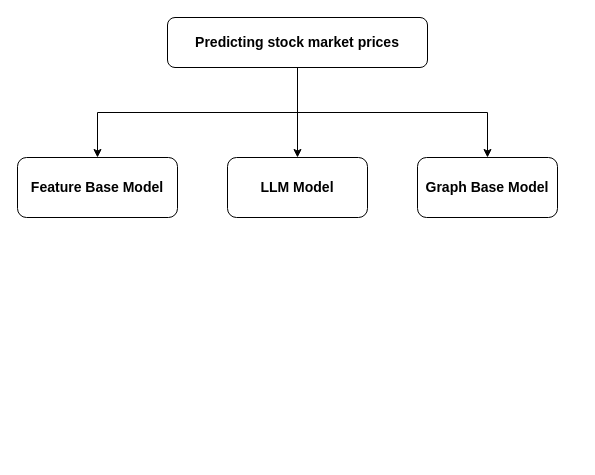
Earlier version of the draw.io diagram Diagram/Untitled Diagram.drawio (99NVHau/stock-traiding). Source tidied: cells renumbered, new cells numbered last; positions are measured from the earlier drawing's top-left corner, leaving out a move shared by most shapes. Both pictures are drawn from the tidied source at 100%, with x=0, y=0 at pixel (17, 17).
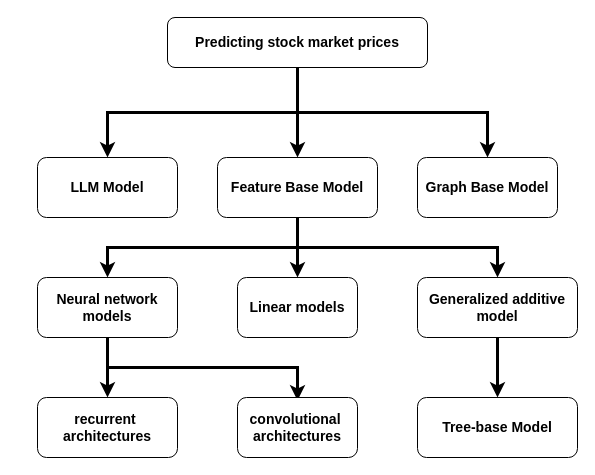
The same diagram, later.

Unchanged cells that the change refers to:
```xml
<mxCell id="5" value="&lt;font style=&quot;font-size: 14px;&quot;&gt;&lt;b&gt;Predicting stock market prices&lt;/b&gt;&lt;/font&gt;" style="rounded=1;whiteSpace=wrap;html=1;" parent="1" vertex="1">
  <mxGeometry x="150" width="260" height="50" as="geometry" />
</mxCell>
<mxCell id="7" value="&lt;font style=&quot;font-size: 14px;&quot;&gt;&lt;b&gt;Graph Base Model&lt;/b&gt;&lt;/font&gt;" style="rounded=1;whiteSpace=wrap;html=1;" parent="1" vertex="1">
  <mxGeometry x="400" y="140" width="140" height="60" as="geometry" />
</mxCell>
```

The edit, as a diff of the source:
```diff
@@
-    <mxCell id="2" style="edgeStyle=orthogonalEdgeStyle;rounded=0;jettySize=auto;html=1;exitX=0.5;exitY=1;exitDx=0;exitDy=0;entryX=0.5;entryY=0;entryDx=0;entryDy=0;" parent="1" edge="1" source="5" target="6">
+    <mxCell id="2" style="edgeStyle=orthogonalEdgeStyle;rounded=0;jettySize=auto;html=1;exitX=0.5;exitY=1;exitDx=0;exitDy=0;entryX=0.5;entryY=0;entryDx=0;entryDy=0;strokeWidth=3;" parent="1" edge="1" source="5" target="6">
       <mxGeometry relative="1" as="geometry" />
     </mxCell>
-    <mxCell id="3" style="edgeStyle=orthogonalEdgeStyle;rounded=0;jettySize=auto;html=1;entryX=0.5;entryY=0;entryDx=0;entryDy=0;" parent="1" edge="1" source="5" target="7">
+    <mxCell id="3" style="edgeStyle=orthogonalEdgeStyle;rounded=0;jettySize=auto;html=1;entryX=0.5;entryY=0;entryDx=0;entryDy=0;strokeWidth=3;" parent="1" edge="1" source="5" target="7">
       <mxGeometry relative="1" as="geometry" />
     </mxCell>
-    <mxCell id="4" style="edgeStyle=orthogonalEdgeStyle;rounded=0;jettySize=auto;html=1;exitX=0.5;exitY=1;exitDx=0;exitDy=0;entryX=0.5;entryY=0;entryDx=0;entryDy=0;" parent="1" edge="1" source="5" target="8">
+    <mxCell id="4" style="edgeStyle=orthogonalEdgeStyle;rounded=0;jettySize=auto;html=1;exitX=0.5;exitY=1;exitDx=0;exitDy=0;entryX=0.5;entryY=0;entryDx=0;entryDy=0;strokeWidth=3;" parent="1" edge="1" source="5" target="8">
       <mxGeometry relative="1" as="geometry" />
     </mxCell>
@@
+    <mxCell id="9" style="edgeStyle=orthogonalEdgeStyle;rounded=0;jettySize=auto;html=1;entryX=0.5;entryY=0;entryDx=0;entryDy=0;strokeWidth=3;" parent="1" edge="1" source="6" target="12">
+      <mxGeometry relative="1" as="geometry" />
+    </mxCell>
+    <mxCell id="10" style="edgeStyle=orthogonalEdgeStyle;rounded=0;jettySize=auto;html=1;entryX=0.5;entryY=0;entryDx=0;entryDy=0;strokeWidth=3;" parent="1" edge="1" source="6" target="14">
+      <mxGeometry relative="1" as="geometry">
+        <Array as="points">
+          <mxPoint x="280" y="230" />
+          <mxPoint x="480" y="230" />
+        </Array>
+      </mxGeometry>
+    </mxCell>
+    <mxCell id="11" style="edgeStyle=orthogonalEdgeStyle;rounded=0;jettySize=auto;html=1;entryX=0.5;entryY=0;entryDx=0;entryDy=0;strokeWidth=3;" parent="1" edge="1" source="6" target="18">
+      <mxGeometry relative="1" as="geometry">
+        <Array as="points">
+          <mxPoint x="280" y="230" />
+          <mxPoint x="90" y="230" />
+        </Array>
+      </mxGeometry>
+    </mxCell>
     <mxCell id="6" value="&lt;b&gt;&lt;font style=&quot;font-size: 14px;&quot;&gt;Feature Base Model&lt;/font&gt;&lt;/b&gt;" style="rounded=1;whiteSpace=wrap;html=1;" parent="1" vertex="1">
-      <mxGeometry y="140" width="160" height="60" as="geometry" />
+      <mxGeometry x="200" y="140" width="160" height="60" as="geometry" />
     </mxCell>
@@
     <mxCell id="8" value="&lt;font style=&quot;font-size: 14px;&quot;&gt;&lt;b&gt;LLM Model&lt;/b&gt;&lt;/font&gt;" style="rounded=1;whiteSpace=wrap;html=1;" parent="1" vertex="1">
-      <mxGeometry x="210" y="140" width="140" height="60" as="geometry" />
+      <mxGeometry x="20" y="140" width="140" height="60" as="geometry" />
     </mxCell>
+    <mxCell id="12" value="&lt;font style=&quot;font-size: 14px;&quot;&gt;&lt;b&gt;Linear models&lt;/b&gt;&lt;/font&gt;" style="rounded=1;whiteSpace=wrap;html=1;" parent="1" vertex="1">
+      <mxGeometry x="220" y="260" width="120" height="60" as="geometry" />
+    </mxCell>
+    <mxCell id="13" style="edgeStyle=orthogonalEdgeStyle;rounded=0;jettySize=auto;html=1;strokeWidth=3;" parent="1" edge="1" source="14" target="15">
+      <mxGeometry relative="1" as="geometry" />
+    </mxCell>
+    <mxCell id="14" value="&lt;font style=&quot;font-size: 14px;&quot;&gt;&lt;b&gt;Generalized additive model&lt;/b&gt;&lt;/font&gt;" style="rounded=1;whiteSpace=wrap;html=1;" parent="1" vertex="1">
+      <mxGeometry x="400" y="260" width="160" height="60" as="geometry" />
+    </mxCell>
+    <mxCell id="15" value="&lt;span style=&quot;font-size: 14px;&quot;&gt;&lt;b&gt;Tree-base Model&lt;/b&gt;&lt;/span&gt;" style="rounded=1;whiteSpace=wrap;html=1;" parent="1" vertex="1">
+      <mxGeometry x="400" y="380" width="160" height="60" as="geometry" />
+    </mxCell>
+    <mxCell id="16" style="edgeStyle=orthogonalEdgeStyle;rounded=0;jettySize=auto;html=1;entryX=0.5;entryY=0;entryDx=0;entryDy=0;strokeWidth=3;" parent="1" edge="1" source="18" target="19">
+      <mxGeometry relative="1" as="geometry" />
+    </mxCell>
+    <mxCell id="17" style="edgeStyle=orthogonalEdgeStyle;rounded=0;orthogonalLoop=1;jettySize=auto;html=1;entryX=0.5;entryY=0;entryDx=0;entryDy=0;strokeWidth=3;" parent="1" edge="1">
+      <mxGeometry relative="1" as="geometry">
+        <mxPoint x="90" y="323" as="sourcePoint" />
+        <mxPoint x="280" y="383" as="targetPoint" />
+        <Array as="points">
+          <mxPoint x="90" y="350" />
+          <mxPoint x="280" y="350" />
+        </Array>
+      </mxGeometry>
+    </mxCell>
+    <mxCell id="18" value="&lt;font style=&quot;font-size: 14px;&quot;&gt;&lt;b&gt;Neural network models&lt;/b&gt;&lt;/font&gt;" style="rounded=1;whiteSpace=wrap;html=1;" parent="1" vertex="1">
+      <mxGeometry x="20" y="260" width="140" height="60" as="geometry" />
+    </mxCell>
+    <mxCell id="19" value="&lt;font style=&quot;font-size: 14px;&quot;&gt;&lt;b&gt;recurrent&amp;nbsp;&lt;br&gt;architectures&lt;/b&gt;&lt;/font&gt;" style="rounded=1;whiteSpace=wrap;html=1;" parent="1" vertex="1">
+      <mxGeometry x="20" y="380" width="140" height="60" as="geometry" />
+    </mxCell>
+    <mxCell id="20" value="&lt;font style=&quot;font-size: 14px;&quot;&gt;&lt;b&gt;convolutional&amp;nbsp;&lt;br&gt;architectures&lt;/b&gt;&lt;/font&gt;" style="rounded=1;whiteSpace=wrap;html=1;" parent="1" vertex="1">
+      <mxGeometry x="220" y="380" width="120" height="60" as="geometry" />
+    </mxCell>
```
